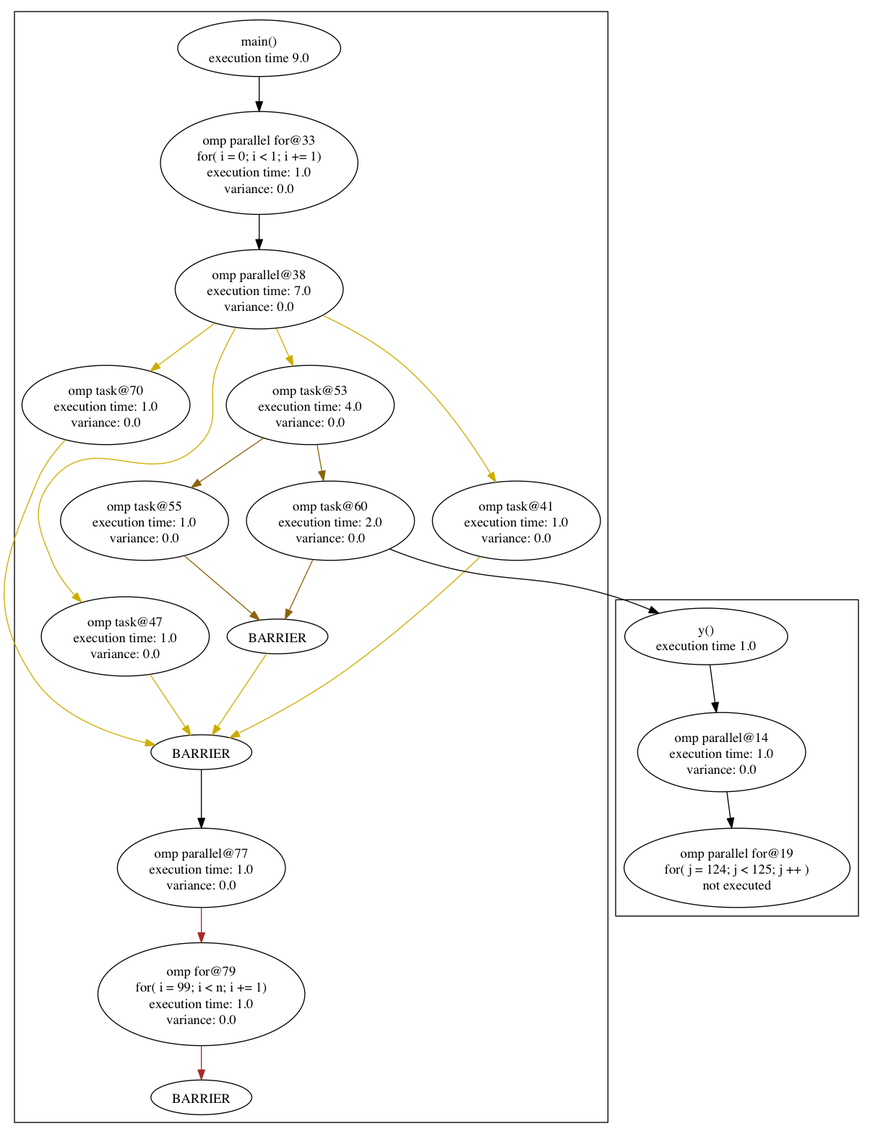
filippobrizzi/soma keeps this Graphviz diagram as graph_sched/graphs/function_graphs.png. Above is the earlier version. Its source is kept beside it as graph_sched/graphs/function_graphs.dot.
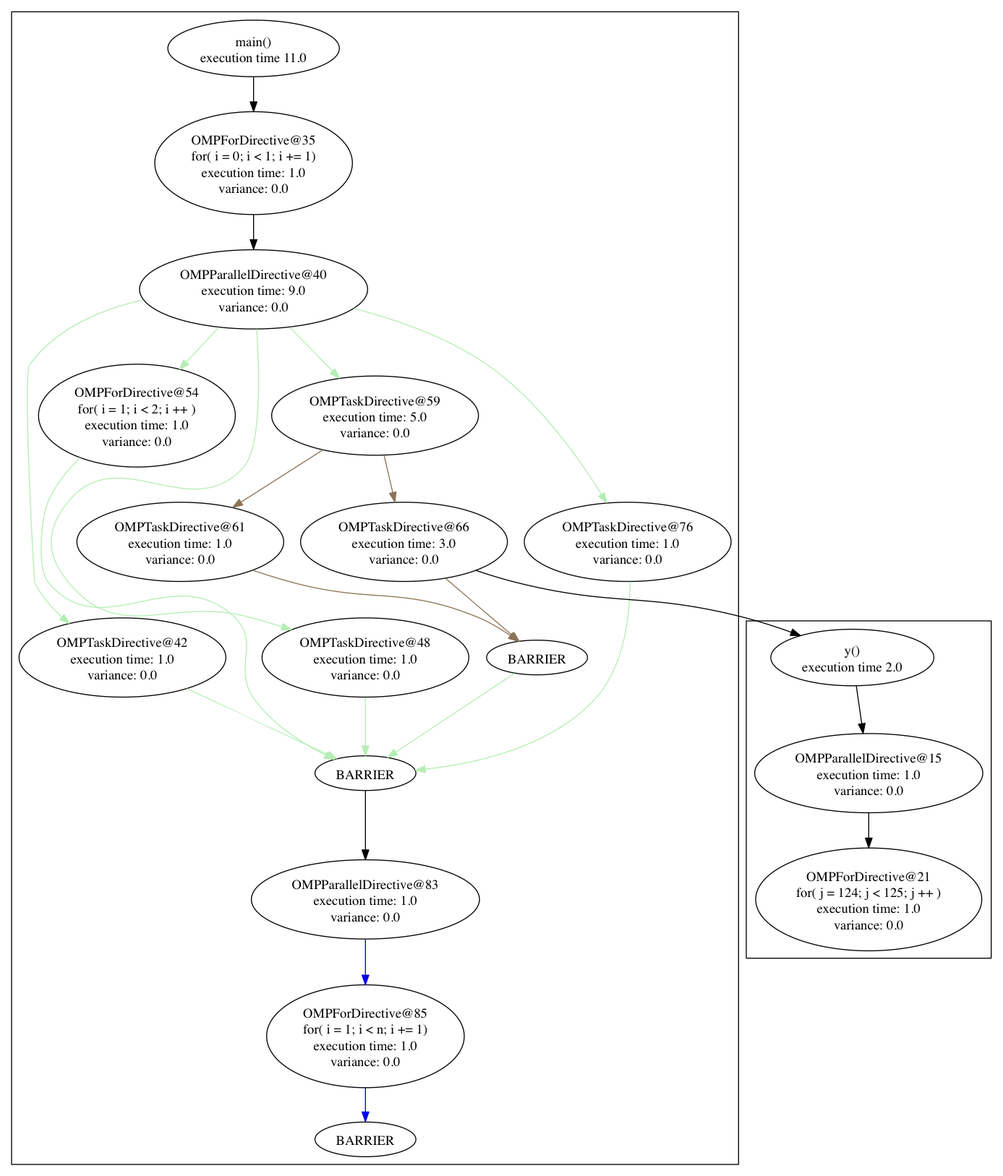
The same file after the commit.

Diff of the diagram source:
```diff
@@ -1,134 +1,145 @@
 digraph G {
-	graph [bb="0,0,895.01,1168",
+	graph [bb="0,0,1032,1212",
 		compound=true
 	];
 	node [label="\N"];
 	subgraph cluster_0 {
-		graph [bb="635.01,222,887.01,550"];
-		19		 [height=1.1471,
-			label="omp parallel for@19\nfor( j = 124; j < 125; j ++ )\nnot executed",
-			pos="761.01,272",
-			root=8,
+		graph [bb="770,222,1024,572"];
+		9		 [height=0.8171,
+			label="y()\nexecution time 2.0",
+			pos="880,534",
+			root=9,
+			width=2.3433];
+		15		 [height=1.1471,
+			label="OMPParallelDirective@15\nexecution time: 1.0\nvariance: 0.0",
+			pos="897,414",
+			root=9,
+			width=3.2896];
+		9 -> 15		 [pos="e,891.19,455.34 884.12,504.44 885.81,492.7 887.82,478.74 889.74,465.39"];
+		21		 [height=1.4771,
+			label="OMPForDirective@21\nfor( j = 124; j < 125; j ++ )\nexecution time: 1.0\nvariance: 0.0",
+			pos="897,283",
+			root=9,
 			width=3.257];
-		8		 [height=0.8171,
-			label="y()\nexecution time 1.0",
-			pos="729.01,512",
-			root=8,
-			width=2.3433];
-		14		 [height=1.1471,
-			label="omp parallel@14\nexecution time: 1.0\nvariance: 0.0",
-			pos="745.01,392",
-			root=8,
-			width=2.4231];
-		8 -> 14		 [pos="e,739.54,433.34 732.88,482.44 734.48,470.7 736.37,456.74 738.18,443.39"];
-		14 -> 19		 [pos="e,755.52,313.5 750.47,350.72 751.66,341.99 752.92,332.65 754.15,323.58"];
+		15 -> 21		 [pos="e,897,336.64 897,372.54 897,364.36 897,355.58 897,346.84"];
 	}
 	subgraph cluster_1 {
-		graph [bb="11.01,8,627.01,1160"];
-		"38_end"		 [height=0.5,
+		graph [bb="8,8,762,1204"];
+		59		 [height=1.1471,
+			label="OMPTaskDirective@59\nexecution time: 5.0\nvariance: 0.0",
+			pos="385,785",
+			root=28,
+			width=2.9745];
+		61		 [height=1.1471,
+			label="OMPTaskDirective@61\nexecution time: 1.0\nvariance: 0.0",
+			pos="183,654",
+			root=28,
+			width=2.9745];
+		59 -> 61		 [color=burlywood4,
+			pos="e,237.5,689.8 330.6,749.26 304.56,732.63 273.22,712.61 246.13,695.32"];
+		66		 [height=1.1471,
+			label="OMPTaskDirective@66\nexecution time: 3.0\nvariance: 0.0",
+			pos="415,654",
+			root=28,
+			width=2.9745];
+		59 -> 66		 [color=burlywood4,
+			pos="e,405.62,695.32 394.41,743.54 397.23,731.41 400.36,717.96 403.31,705.28"];
+		48		 [height=1.1471,
+			label="OMPTaskDirective@48\nexecution time: 1.0\nvariance: 0.0",
+			pos="375,534",
+			root=28,
+			width=2.9745];
+		"40_end"		 [height=0.5,
 			label=BARRIER,
-			pos="205.01,392",
-			root=26,
+			pos="375,414",
+			root=28,
 			width=1.4568];
-		77		 [height=1.1471,
-			label="omp parallel@77\nexecution time: 1.0\nvariance: 0.0",
-			pos="205.01,272",
-			root=26,
-			width=2.4231];
-		"38_end" -> 77		 [pos="e,205.01,313.39 205.01,373.84 205.01,360.58 205.01,341.51 205.01,323.52"];
-		26		 [height=0.8171,
-			label="main()\nexecution time 9.0",
-			pos="265.01,1122",
-			root=26,
-			width=2.3433];
-		33		 [height=1.4771,
-			label="omp parallel for@33\nfor( i = 0; i < 1; i += 1)\nexecution time: 1.0\nvariance: 0.0",
-			pos="265.01,1003",
-			root=26,
+		48 -> "40_end"		 [color=darkseagreen2,
+			pos="e,375,432.29 375,492.39 375,475.87 375,457.21 375,442.35"];
+		76		 [height=1.1471,
+			label="OMPTaskDirective@76\nexecution time: 1.0\nvariance: 0.0",
+			pos="647,654",
+			root=28,
+			width=2.9745];
+		76 -> "40_end"		 [color=darkseagreen2,
+			pos="e,426.93,417.06 649.42,612.62 649.35,576.67 643.42,524.83 614,492 569.18,441.98 491.74,424.28 437.18,418.11"];
+		"59_end"		 [height=0.5,
+			label=BARRIER,
+			pos="553,534",
+			root=28,
+			width=1.4568];
+		"59_end" -> "40_end"		 [color=darkseagreen2,
+			pos="e,397.99,430.24 529.73,517.57 498.19,496.67 441.78,459.27 406.49,435.87"];
+		28		 [height=0.8171,
+			label="main()\nexecution time 11.0",
+			pos="259,1166",
+			root=28,
+			width=2.4764];
+		35		 [height=1.4771,
+			label="OMPForDirective@35\nfor( i = 0; i < 1; i += 1)\nexecution time: 1.0\nvariance: 0.0",
+			pos="259,1047",
+			root=28,
 			width=2.8425];
-		26 -> 33		 [pos="e,265.01,1056.5 265.01,1092.4 265.01,1084.5 265.01,1075.7 265.01,1066.7"];
-		38		 [height=1.1471,
-			label="omp parallel@38\nexecution time: 7.0\nvariance: 0.0",
-			pos="265.01,872",
-			root=26,
-			width=2.4231];
-		47		 [height=1.1471,
-			label="omp task@47\nexecution time: 1.0\nvariance: 0.0",
-			pos="126.01,512",
-			root=26,
-			width=2.4231];
-		38 -> 47		 [color=gold3,
-			pos="e,80.479,547.63 240.53,832.06 233.81,820.17 227.01,806.84 222.01,794 208.08,758.24 229.16,737.12 202.01,710 152.89,660.94 93.074,\
-728.45 50.01,674 26.852,644.72 35.836,624.54 50.01,590 55.289,577.14 63.871,565.27 73.404,554.91"];
-		53		 [height=1.1471,
-			label="omp task@53\nexecution time: 4.0\nvariance: 0.0",
-			pos="318.01,752",
-			root=26,
-			width=2.4231];
-		38 -> 53		 [color=gold3,
-			pos="e,300.17,792.72 282.81,831.38 287.04,821.94 291.62,811.76 296.02,801.96"];
-		41		 [height=1.1471,
-			label="omp task@41\nexecution time: 1.0\nvariance: 0.0",
-			pos="532.01,632",
-			root=26,
-			width=2.4231];
-		38 -> 41		 [color=gold3,
-			pos="e,510.46,672.1 331,844.92 358.46,832.12 389.56,814.92 414.01,794 451.48,761.95 483.75,715.79 505.03,681.11"];
-		70		 [height=1.1471,
-			label="omp task@70\nexecution time: 1.0\nvariance: 0.0",
-			pos="106.01,752",
-			root=26,
-			width=2.4231];
-		38 -> 70		 [color=gold3,
-			pos="e,152.17,787.26 219.02,836.87 200.64,823.23 179.34,807.42 160.22,793.23"];
-		79		 [height=1.4771,
-			label="omp for@79\nfor( i = 99; i < n; i += 1)\nexecution time: 1.0\nvariance: 0.0",
-			pos="205.01,141",
-			root=26,
-			width=2.9806];
-		77 -> 79		 [color=brown,
-			pos="e,205.01,194.64 205.01,230.54 205.01,222.36 205.01,213.58 205.01,204.84"];
-		33 -> 38		 [pos="e,265.01,913.55 265.01,949.53 265.01,941 265.01,932.18 265.01,923.69"];
-		47 -> "38_end"		 [color=gold3,
-			pos="e,193.86,409.65 151.88,472.36 163.76,454.61 177.53,434.05 188.07,418.3"];
-		60		 [height=1.1471,
-			label="omp task@60\nexecution time: 2.0\nvariance: 0.0",
-			pos="339.01,632",
-			root=26,
-			width=2.4231];
-		53 -> 60		 [color=darkgoldenrod4,
-			pos="e,331.8,673.5 325.18,710.72 326.73,701.99 328.39,692.65 330.01,683.58"];
-		55		 [height=1.1471,
-			label="omp task@55\nexecution time: 1.0\nvariance: 0.0",
-			pos="146.01,632",
-			root=26,
-			width=2.4231];
-		53 -> 55		 [color=darkgoldenrod4,
-			pos="e,194.66,666.38 269.18,717.5 248.58,703.37 224.45,686.81 203.03,672.12"];
-		41 -> "38_end"		 [color=gold3,
-			pos="e,234.47,406.95 494.53,594.6 458.08,560.22 400.26,508.36 345.01,470 312.46,447.4 272.64,426.05 243.81,411.59"];
-		"53_end"		 [height=0.5,
+		28 -> 35		 [pos="e,259,1100.5 259,1136.4 259,1128.5 259,1119.7 259,1110.7"];
+		42		 [height=1.1471,
+			label="OMPTaskDirective@42\nexecution time: 1.0\nvariance: 0.0",
+			pos="123,534",
+			root=28,
+			width=2.9745];
+		42 -> "40_end"		 [color=darkseagreen2,
+			pos="e,345.15,428.98 189.87,501.69 236.38,479.91 296.79,451.62 335.73,433.39"];
+		40		 [height=1.1471,
+			label="OMPParallelDirective@40\nexecution time: 9.0\nvariance: 0.0",
+			pos="259,916",
+			root=28,
+			width=3.2896];
+		40 -> 59		 [color=darkseagreen2,
+			pos="e,347.9,823.98 296.46,876.65 310.3,862.48 326.12,846.29 340.52,831.54"];
+		40 -> 48		 [color=darkseagreen2,
+			pos="e,298.02,562.83 262.32,874.67 265.31,827.29 266.84,752.54 249,732 194.94,669.74 119.34,759.71 67,696 43.301,667.15 43.227,640.79 \
+67,612 120.89,546.74 172.17,597.63 254,576 265.22,573.03 276.92,569.56 288.42,565.93"];
+		40 -> 76		 [color=darkseagreen2,
+			pos="e,625.03,694.66 363.05,896.12 408.23,884.47 460.05,866.18 501,838 552.11,802.83 594.17,744.54 619.81,703.2"];
+		40 -> 42		 [color=darkseagreen2,
+			pos="e,67.684,569.43 144.44,905.16 100.36,895.13 54.134,875.59 27,838 18.974,826.88 31.534,612.95 32,612 38.578,598.56 48.701,586.57 \
+59.841,576.28"];
+		54		 [height=1.4771,
+			label="OMPForDirective@54\nfor( i = 1; i < 2; i ++ )\nexecution time: 1.0\nvariance: 0.0",
+			pos="138,785",
+			root=28,
+			width=2.8384];
+		40 -> 54		 [color=darkseagreen2,
+			pos="e,182.19,833.11 223.02,876.65 212.41,865.33 200.58,852.72 189.2,840.59"];
+		61 -> "59_end"		 [color=burlywood4,
+			pos="e,533.48,550.85 258.28,624.5 271.73,619.95 285.7,615.58 299,612 382.85,589.47 410.53,608.59 491,576 502.96,571.16 515.04,563.84 \
+525.31,556.72"];
+		35 -> 40		 [pos="e,259,957.55 259,993.53 259,985 259,976.18 259,967.69"];
+		66 -> "59_end"		 [color=burlywood4,
+			pos="e,534.43,550.88 458.29,615.99 480.69,596.83 507.33,574.05 526.63,557.54"];
+		54 -> "40_end"		 [color=darkseagreen2,
+			pos="e,342.74,428.25 79.095,741.33 65.708,728.42 53.295,713.07 46,696 38.665,678.83 34.072,626.36 46,612 101.76,544.88 175.8,636.16 239,\
+576 266.8,549.54 237.04,523.47 259,492 277.54,465.43 308.47,445.57 333.73,432.69"];
+		83		 [height=1.1471,
+			label="OMPParallelDirective@83\nexecution time: 1.0\nvariance: 0.0",
+			pos="375,283",
+			root=28,
+			width=3.2896];
+		85		 [height=1.4771,
+			label="OMPForDirective@85\nfor( i = 1; i < n; i += 1)\nexecution time: 1.0\nvariance: 0.0",
+			pos="375,141",
+			root=28,
+			width=2.8425];
+		83 -> 85		 [color=blue2,
+			pos="e,375,194.41 375,241.51 375,230.02 375,217.24 375,204.77"];
+		"83_end"		 [height=0.5,
 			label=BARRIER,
-			pos="284.01,512",
-			root=26,
+			pos="375,34",
+			root=28,
 			width=1.4568];
-		60 -> "53_end"		 [color=darkgoldenrod4,
-			pos="e,291.92,529.97 320.54,591.38 312.56,574.24 303.43,554.65 296.29,539.35"];
-		55 -> "53_end"		 [color=darkgoldenrod4,
-			pos="e,265.28,529.02 187.41,595.6 210.16,576.15 237.7,552.6 257.54,535.63"];
-		"77_end"		 [height=0.5,
-			label=BARRIER,
-			pos="205.01,34",
-			root=26,
-			width=1.4568];
-		70 -> "38_end"		 [color=gold3,
-			pos="e,157.11,399.54 63.821,715.71 52.393,703.74 41.421,689.45 35.01,674 0.25601,590.23 -19.551,545.95 30.01,470 55.762,430.54 106.77,\
-411.16 147.11,401.73"];
-		"53_end" -> "38_end"		 [color=gold3,
-			pos="e,216.36,409.95 272.86,494.34 259.64,474.6 237.48,441.49 222.09,418.51"];
-		79 -> "77_end"		 [color=brown,
-			pos="e,205.01,52.46 205.01,87.808 205.01,79.132 205.01,70.445 205.01,62.694"];
+		"40_end" -> 83		 [pos="e,375,324.31 375,395.87 375,380.19 375,356.19 375,334.43"];
+		85 -> "83_end"		 [color=blue2,
+			pos="e,375,52.46 375,87.808 375,79.132 375,70.445 375,62.694"];
 	}
-	60 -> 8	 [pos="e,679.9,535.96 400.63,602.6 412.22,597.93 424.36,593.49 436.01,590 520.43,564.69 546.54,579.15 631.01,554 643.97,550.14 657.54,545.13 \
-670.32,539.94"];
+	66 -> 9	 [pos="e,826.16,556.78 489.56,624.34 503.21,619.75 517.43,615.41 531,612 633.48,586.28 663.59,602 766,576 782.7,571.76 800.39,566.04 816.72,\
+560.21"];
 }
```
